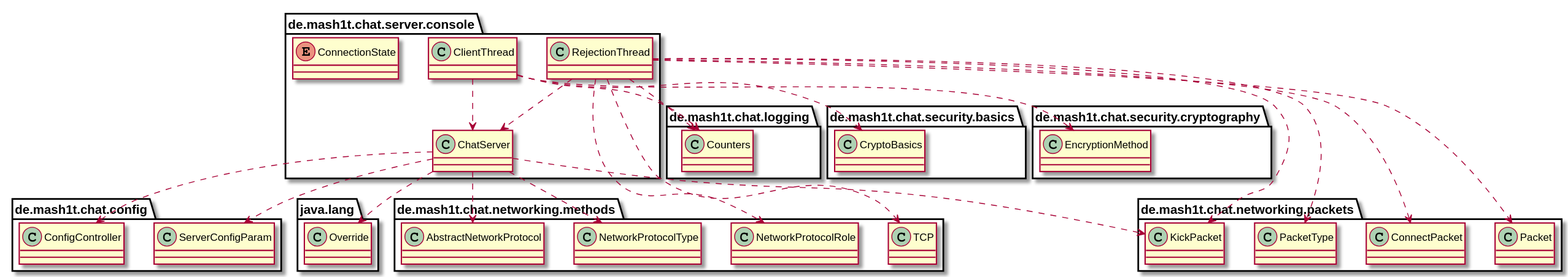
Before: Diagrams/UML/Class Diagrams/server/server.svg, a diagram exported from PlantUML (MaSHOLution/tcpchat). Its source is kept beside it as Diagrams/UML/Class Diagrams/server/server.puml.
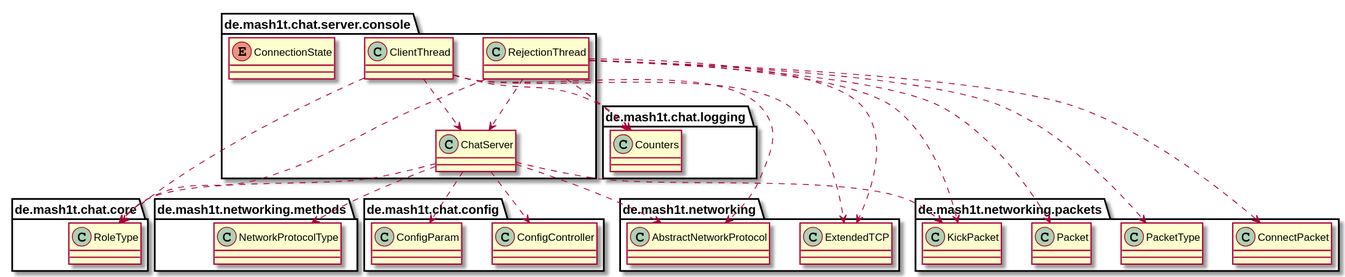
After the commit.

Change to the diagram source:
```diff
@@ -1,37 +1,36 @@
 @startuml
 class de.mash1t.chat.config.ConfigController
-class de.mash1t.chat.config.ServerConfigParam
+class de.mash1t.chat.config.ConfigParam
+class de.mash1t.chat.core.RoleType
 class de.mash1t.chat.logging.Counters
-class de.mash1t.chat.networking.methods.AbstractNetworkProtocol
-class de.mash1t.chat.networking.methods.NetworkProtocolRole
-class de.mash1t.chat.networking.methods.NetworkProtocolType
-class de.mash1t.chat.networking.methods.TCP
-class de.mash1t.chat.networking.packets.ConnectPacket
-class de.mash1t.chat.networking.packets.KickPacket
-class de.mash1t.chat.networking.packets.Packet
-class de.mash1t.chat.networking.packets.PacketType
-class de.mash1t.chat.security.basics.CryptoBasics
-class de.mash1t.chat.security.cryptography.EncryptionMethod
 class de.mash1t.chat.server.console.ChatServer
 class de.mash1t.chat.server.console.ClientThread
 class de.mash1t.chat.server.console.RejectionThread
+class de.mash1t.networking.AbstractNetworkProtocol
+class de.mash1t.networking.ExtendedTCP
+class de.mash1t.networking.methods.NetworkProtocolType
+class de.mash1t.networking.packets.ConnectPacket
+class de.mash1t.networking.packets.KickPacket
+class de.mash1t.networking.packets.Packet
+class de.mash1t.networking.packets.PacketType
 enum de.mash1t.chat.server.console.ConnectionState
-de.mash1t.chat.server.console.ChatServer ..> java.lang.Override
 de.mash1t.chat.server.console.ChatServer ..> de.mash1t.chat.config.ConfigController
-de.mash1t.chat.server.console.ChatServer ..> de.mash1t.chat.config.ServerConfigParam
-de.mash1t.chat.server.console.ChatServer ..> de.mash1t.chat.networking.methods.AbstractNetworkProtocol
-de.mash1t.chat.server.console.ChatServer ..> de.mash1t.chat.networking.methods.NetworkProtocolType
-de.mash1t.chat.server.console.ChatServer ..> de.mash1t.chat.networking.packets.KickPacket
+de.mash1t.chat.server.console.ChatServer ..> de.mash1t.chat.config.ConfigParam
+de.mash1t.chat.server.console.ChatServer ..> de.mash1t.chat.core.RoleType
+de.mash1t.chat.server.console.ChatServer ..> de.mash1t.networking.AbstractNetworkProtocol
+de.mash1t.chat.server.console.ChatServer ..> de.mash1t.networking.methods.NetworkProtocolType
+de.mash1t.chat.server.console.ChatServer ..> de.mash1t.networking.packets.KickPacket
+de.mash1t.chat.server.console.ClientThread ..> de.mash1t.chat.core.RoleType
 de.mash1t.chat.server.console.ClientThread ..> de.mash1t.chat.logging.Counters
-de.mash1t.chat.server.console.ClientThread ..> de.mash1t.chat.security.basics.CryptoBasics
-de.mash1t.chat.server.console.ClientThread ..> de.mash1t.chat.security.cryptography.EncryptionMethod
 de.mash1t.chat.server.console.ClientThread ..> de.mash1t.chat.server.console.ChatServer
+de.mash1t.chat.server.console.ClientThread ..> de.mash1t.networking.AbstractNetworkProtocol
+de.mash1t.chat.server.console.ClientThread ..> de.mash1t.networking.ExtendedTCP
+de.mash1t.chat.server.console.RejectionThread ..> de.mash1t.chat.core.RoleType
 de.mash1t.chat.server.console.RejectionThread ..> de.mash1t.chat.logging.Counters
-de.mash1t.chat.server.console.RejectionThread ..> de.mash1t.chat.networking.methods.NetworkProtocolRole
-de.mash1t.chat.server.console.RejectionThread ..> de.mash1t.chat.networking.methods.TCP
-de.mash1t.chat.server.console.RejectionThread ..> de.mash1t.chat.networking.packets.ConnectPacket
-de.mash1t.chat.server.console.RejectionThread ..> de.mash1t.chat.networking.packets.KickPacket
-de.mash1t.chat.server.console.RejectionThread ..> de.mash1t.chat.networking.packets.Packet
-de.mash1t.chat.server.console.RejectionThread ..> de.mash1t.chat.networking.packets.PacketType
 de.mash1t.chat.server.console.RejectionThread ..> de.mash1t.chat.server.console.ChatServer
+de.mash1t.chat.server.console.RejectionThread ..> de.mash1t.networking.ExtendedTCP
+de.mash1t.chat.server.console.RejectionThread ..> de.mash1t.networking.packets.ConnectPacket
+de.mash1t.chat.server.console.RejectionThread ..> de.mash1t.networking.packets.KickPacket
+de.mash1t.chat.server.console.RejectionThread ..> de.mash1t.networking.packets.Packet
+de.mash1t.chat.server.console.RejectionThread ..> de.mash1t.networking.packets.PacketType
 @enduml
```
